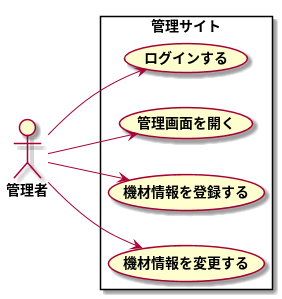
Before: modeling/05_Usecase_機材管理/Usecase.png, a diagram exported from PlantUML (TakashiOnawa/ddd-practice-studio-reservation). Source of this version:
```plantuml
@startuml Usecase

left to right direction

actor 管理者

rectangle 管理サイト {
    管理者 --> (ログインする)
    管理者 --> (管理画面を開く)
    管理者 --> (機材情報を登録する)
    管理者 --> (機材情報を変更する)
}

@enduml
```
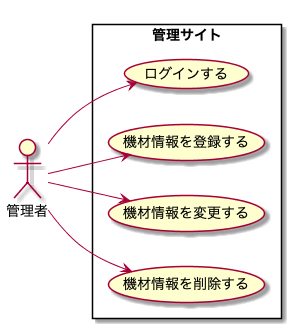
The same diagram one commit later.

Diff of the diagram source:
```diff
@@ -6,9 +6,9 @@
 
 rectangle 管理サイト {
     管理者 --> (ログインする)
-    管理者 --> (管理画面を開く)
     管理者 --> (機材情報を登録する)
     管理者 --> (機材情報を変更する)
+    管理者 --> (機材情報を削除する)
 }
 
 @enduml
```
